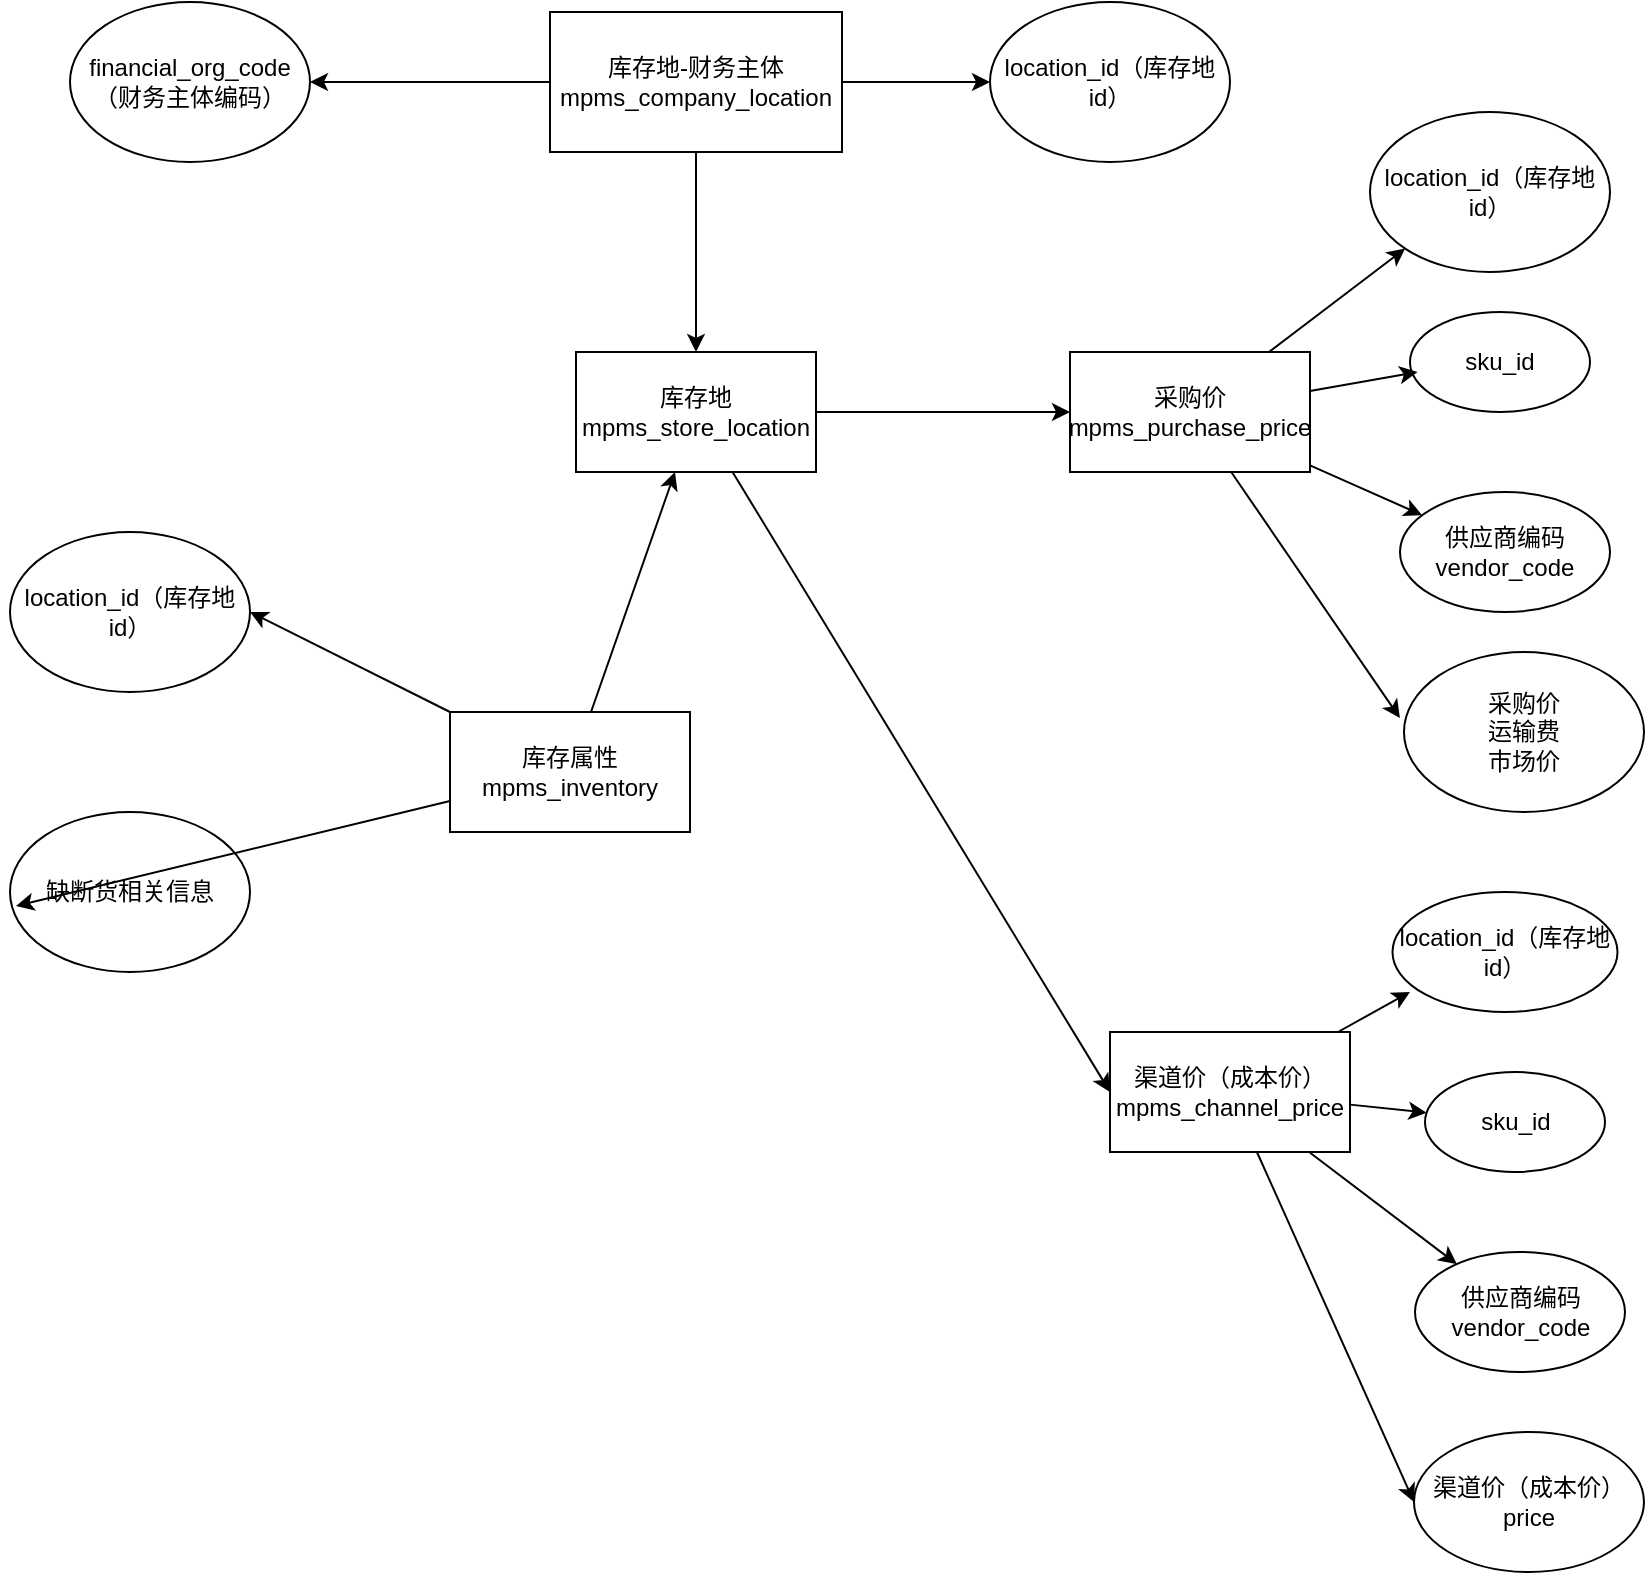
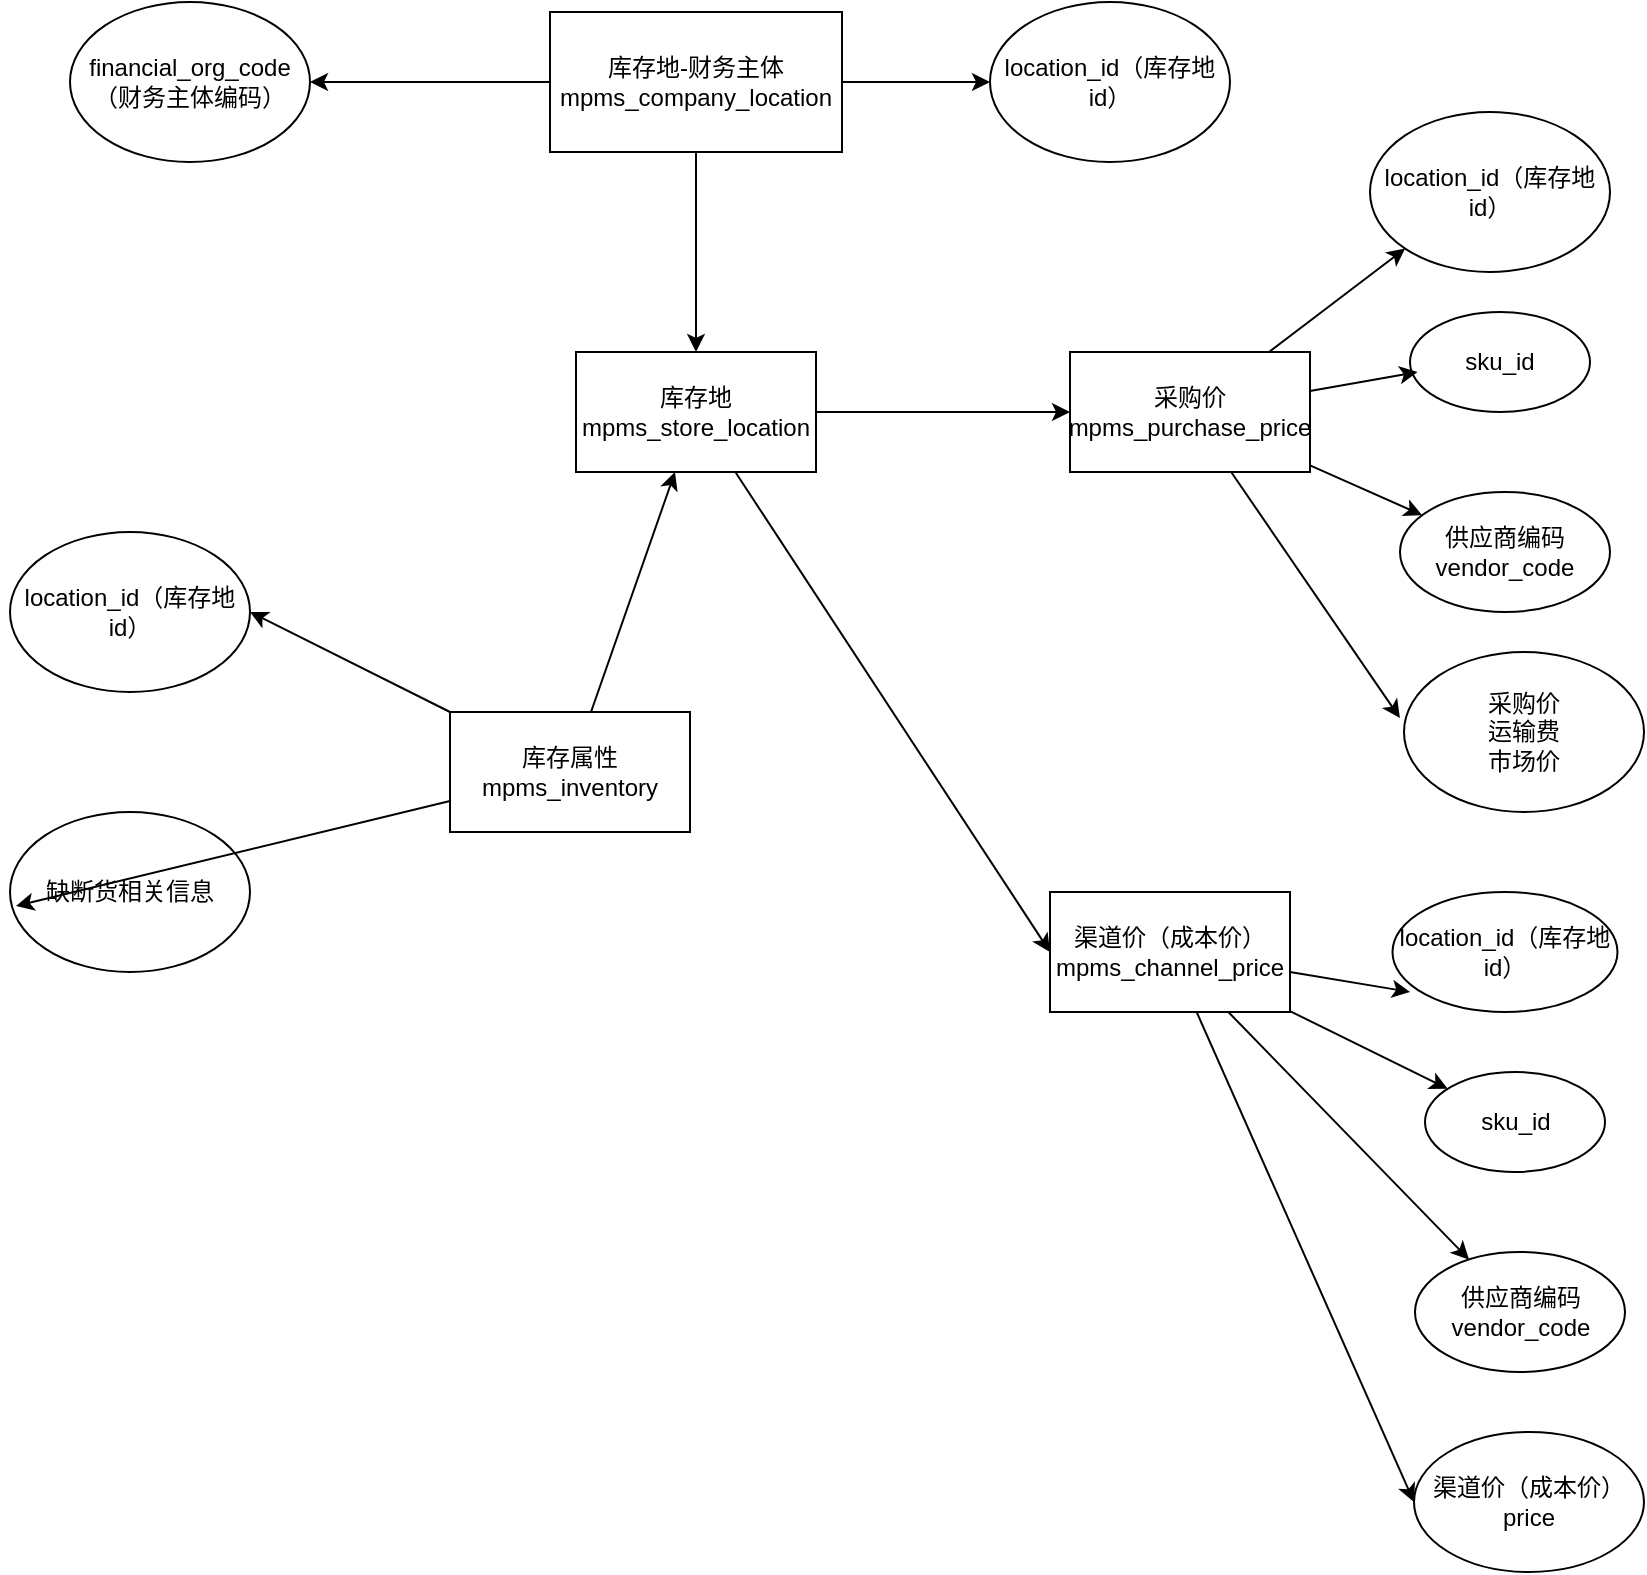
<mxfile host="app.diagrams.net">
  <diagram name="第 1 页" id="_-H1i7JenuiPokZSvulY">
    <mxGraphModel dx="1006" dy="593" grid="1" gridSize="10" guides="1" tooltips="1" connect="1" arrows="1" fold="1" page="1" pageScale="1" pageWidth="827" pageHeight="1169" math="0" shadow="0">
      <root>
        <mxCell id="0" />
        <mxCell id="1" parent="0" />
        <mxCell id="jKAomShpNNPLITlztvu1-15" edge="1" parent="1" source="jKAomShpNNPLITlztvu1-1" style="rounded=0;orthogonalLoop=1;jettySize=auto;html=1;entryX=0;entryY=0.5;entryDx=0;entryDy=0;" target="jKAomShpNNPLITlztvu1-14">
          <mxGeometry relative="1" as="geometry" />
        </mxCell>
        <mxCell id="_Bje_9z_HBgtsjj9f77f-2" edge="1" parent="1" source="jKAomShpNNPLITlztvu1-1" style="rounded=0;orthogonalLoop=1;jettySize=auto;html=1;entryX=0;entryY=0.5;entryDx=0;entryDy=0;" target="_Bje_9z_HBgtsjj9f77f-1">
          <mxGeometry relative="1" as="geometry" />
        </mxCell>
        <mxCell id="jKAomShpNNPLITlztvu1-1" parent="1" style="rounded=0;whiteSpace=wrap;html=1;" value="库存地mpms_store_location" vertex="1">
          <mxGeometry height="60" width="120" x="293" y="180" as="geometry" />
        </mxCell>
        <mxCell id="jKAomShpNNPLITlztvu1-4" edge="1" parent="1" source="jKAomShpNNPLITlztvu1-2" style="rounded=0;orthogonalLoop=1;jettySize=auto;html=1;" target="jKAomShpNNPLITlztvu1-3">
          <mxGeometry relative="1" as="geometry" />
        </mxCell>
        <mxCell id="jKAomShpNNPLITlztvu1-6" edge="1" parent="1" source="jKAomShpNNPLITlztvu1-2" style="edgeStyle=orthogonalEdgeStyle;rounded=0;orthogonalLoop=1;jettySize=auto;html=1;entryX=1;entryY=0.5;entryDx=0;entryDy=0;" target="jKAomShpNNPLITlztvu1-5">
          <mxGeometry relative="1" as="geometry" />
        </mxCell>
        <mxCell id="jKAomShpNNPLITlztvu1-7" edge="1" parent="1" source="jKAomShpNNPLITlztvu1-2" style="rounded=0;orthogonalLoop=1;jettySize=auto;html=1;entryX=0.5;entryY=0;entryDx=0;entryDy=0;" target="jKAomShpNNPLITlztvu1-1">
          <mxGeometry relative="1" as="geometry" />
        </mxCell>
        <mxCell id="jKAomShpNNPLITlztvu1-2" parent="1" style="rounded=0;whiteSpace=wrap;html=1;" value="库存地-财务主体mpms_company_location" vertex="1">
          <mxGeometry height="70" width="146" x="280" y="10" as="geometry" />
        </mxCell>
        <mxCell id="jKAomShpNNPLITlztvu1-3" parent="1" style="ellipse;whiteSpace=wrap;html=1;" value="location_id（库存地id）" vertex="1">
          <mxGeometry height="80" width="120" x="500" y="5" as="geometry" />
        </mxCell>
        <mxCell id="jKAomShpNNPLITlztvu1-5" parent="1" style="ellipse;whiteSpace=wrap;html=1;" value="financial_org_code（财务主体编码）" vertex="1">
          <mxGeometry height="80" width="120" x="40" y="5" as="geometry" />
        </mxCell>
        <mxCell id="jKAomShpNNPLITlztvu1-10" edge="1" parent="1" source="jKAomShpNNPLITlztvu1-8" style="rounded=0;orthogonalLoop=1;jettySize=auto;html=1;entryX=1;entryY=0.5;entryDx=0;entryDy=0;" target="jKAomShpNNPLITlztvu1-9">
          <mxGeometry relative="1" as="geometry" />
        </mxCell>
        <mxCell id="jKAomShpNNPLITlztvu1-11" edge="1" parent="1" source="jKAomShpNNPLITlztvu1-8" style="rounded=0;orthogonalLoop=1;jettySize=auto;html=1;" target="jKAomShpNNPLITlztvu1-1">
          <mxGeometry relative="1" as="geometry" />
        </mxCell>
        <mxCell id="jKAomShpNNPLITlztvu1-8" parent="1" style="rounded=0;whiteSpace=wrap;html=1;" value="库存属性mpms_inventory" vertex="1">
          <mxGeometry height="60" width="120" x="230" y="360" as="geometry" />
        </mxCell>
        <mxCell id="jKAomShpNNPLITlztvu1-9" parent="1" style="ellipse;whiteSpace=wrap;html=1;" value="location_id（库存地id）" vertex="1">
          <mxGeometry height="80" width="120" x="10" y="270" as="geometry" />
        </mxCell>
        <mxCell id="jKAomShpNNPLITlztvu1-12" parent="1" style="ellipse;whiteSpace=wrap;html=1;" value="缺断货相关信息" vertex="1">
          <mxGeometry height="80" width="120" x="10" y="410" as="geometry" />
        </mxCell>
        <mxCell id="jKAomShpNNPLITlztvu1-13" edge="1" parent="1" source="jKAomShpNNPLITlztvu1-8" style="rounded=0;orthogonalLoop=1;jettySize=auto;html=1;entryX=0.025;entryY=0.588;entryDx=0;entryDy=0;entryPerimeter=0;" target="jKAomShpNNPLITlztvu1-12">
          <mxGeometry relative="1" as="geometry" />
        </mxCell>
        <mxCell id="jKAomShpNNPLITlztvu1-17" edge="1" parent="1" source="jKAomShpNNPLITlztvu1-14" style="rounded=0;orthogonalLoop=1;jettySize=auto;html=1;entryX=0;entryY=1;entryDx=0;entryDy=0;" target="jKAomShpNNPLITlztvu1-16">
          <mxGeometry relative="1" as="geometry" />
        </mxCell>
        <mxCell id="jKAomShpNNPLITlztvu1-22" edge="1" parent="1" source="jKAomShpNNPLITlztvu1-14" style="rounded=0;orthogonalLoop=1;jettySize=auto;html=1;" target="jKAomShpNNPLITlztvu1-21">
          <mxGeometry relative="1" as="geometry" />
        </mxCell>
        <mxCell id="jKAomShpNNPLITlztvu1-14" parent="1" style="rounded=0;whiteSpace=wrap;html=1;" value="采购价mpms_purchase_price" vertex="1">
          <mxGeometry height="60" width="120" x="540" y="180" as="geometry" />
        </mxCell>
        <mxCell id="jKAomShpNNPLITlztvu1-16" parent="1" style="ellipse;whiteSpace=wrap;html=1;" value="location_id（库存地id）" vertex="1">
          <mxGeometry height="80" width="120" x="690" y="60" as="geometry" />
        </mxCell>
        <mxCell id="jKAomShpNNPLITlztvu1-18" parent="1" style="ellipse;whiteSpace=wrap;html=1;" value="sku_id" vertex="1">
          <mxGeometry height="50" width="90" x="710" y="160" as="geometry" />
        </mxCell>
        <mxCell id="jKAomShpNNPLITlztvu1-19" edge="1" parent="1" source="jKAomShpNNPLITlztvu1-14" style="rounded=0;orthogonalLoop=1;jettySize=auto;html=1;entryX=0.042;entryY=0.6;entryDx=0;entryDy=0;entryPerimeter=0;" target="jKAomShpNNPLITlztvu1-18">
          <mxGeometry relative="1" as="geometry" />
        </mxCell>
        <mxCell id="jKAomShpNNPLITlztvu1-21" parent="1" style="ellipse;whiteSpace=wrap;html=1;" value="供应商编码vendor_code" vertex="1">
          <mxGeometry height="60" width="105" x="705" y="250" as="geometry" />
        </mxCell>
        <mxCell id="jKAomShpNNPLITlztvu1-23" parent="1" style="ellipse;whiteSpace=wrap;html=1;" value="采购价&lt;br&gt;运输费&lt;br&gt;市场价" vertex="1">
          <mxGeometry height="80" width="120" x="707" y="330" as="geometry" />
        </mxCell>
        <mxCell id="jKAomShpNNPLITlztvu1-25" edge="1" parent="1" source="jKAomShpNNPLITlztvu1-14" style="rounded=0;orthogonalLoop=1;jettySize=auto;html=1;entryX=-0.017;entryY=0.413;entryDx=0;entryDy=0;entryPerimeter=0;" target="jKAomShpNNPLITlztvu1-23">
          <mxGeometry relative="1" as="geometry" />
        </mxCell>
        <mxCell id="_Bje_9z_HBgtsjj9f77f-7" edge="1" parent="1" source="_Bje_9z_HBgtsjj9f77f-1" style="rounded=0;orthogonalLoop=1;jettySize=auto;html=1;" target="_Bje_9z_HBgtsjj9f77f-4">
          <mxGeometry relative="1" as="geometry" />
        </mxCell>
        <mxCell id="_Bje_9z_HBgtsjj9f77f-8" edge="1" parent="1" source="_Bje_9z_HBgtsjj9f77f-1" style="rounded=0;orthogonalLoop=1;jettySize=auto;html=1;" target="_Bje_9z_HBgtsjj9f77f-5">
          <mxGeometry relative="1" as="geometry" />
        </mxCell>
        <mxCell id="_Bje_9z_HBgtsjj9f77f-10" edge="1" parent="1" source="_Bje_9z_HBgtsjj9f77f-1" style="rounded=0;orthogonalLoop=1;jettySize=auto;html=1;entryX=0;entryY=0.5;entryDx=0;entryDy=0;" target="_Bje_9z_HBgtsjj9f77f-9">
          <mxGeometry relative="1" as="geometry" />
        </mxCell>
        <mxCell id="_Bje_9z_HBgtsjj9f77f-1" parent="1" style="rounded=0;whiteSpace=wrap;html=1;" value="渠道价（成本价）&lt;div&gt;mpms_channel_price&lt;/div&gt;" vertex="1">
-           <mxGeometry height="60" width="120" x="560" y="520" as="geometry" />
+           <mxGeometry height="60" width="120" x="530" y="450" as="geometry" />
        </mxCell>
        <mxCell id="_Bje_9z_HBgtsjj9f77f-3" parent="1" style="ellipse;whiteSpace=wrap;html=1;" value="location_id（库存地id）" vertex="1">
          <mxGeometry height="60" width="112.5" x="701.25" y="450" as="geometry" />
        </mxCell>
        <mxCell id="_Bje_9z_HBgtsjj9f77f-4" parent="1" style="ellipse;whiteSpace=wrap;html=1;" value="sku_id" vertex="1">
          <mxGeometry height="50" width="90" x="717.5" y="540" as="geometry" />
        </mxCell>
        <mxCell id="_Bje_9z_HBgtsjj9f77f-5" parent="1" style="ellipse;whiteSpace=wrap;html=1;" value="供应商编码vendor_code" vertex="1">
          <mxGeometry height="60" width="105" x="712.5" y="630" as="geometry" />
        </mxCell>
        <mxCell id="_Bje_9z_HBgtsjj9f77f-6" edge="1" parent="1" source="_Bje_9z_HBgtsjj9f77f-1" style="rounded=0;orthogonalLoop=1;jettySize=auto;html=1;entryX=0.078;entryY=0.833;entryDx=0;entryDy=0;entryPerimeter=0;" target="_Bje_9z_HBgtsjj9f77f-3">
          <mxGeometry relative="1" as="geometry" />
        </mxCell>
        <mxCell id="_Bje_9z_HBgtsjj9f77f-9" parent="1" style="ellipse;whiteSpace=wrap;html=1;" value="渠道价（成本价）&lt;div&gt;price&lt;/div&gt;" vertex="1">
          <mxGeometry height="70" width="115" x="712" y="720" as="geometry" />
        </mxCell>
      </root>
    </mxGraphModel>
  </diagram>
</mxfile>
